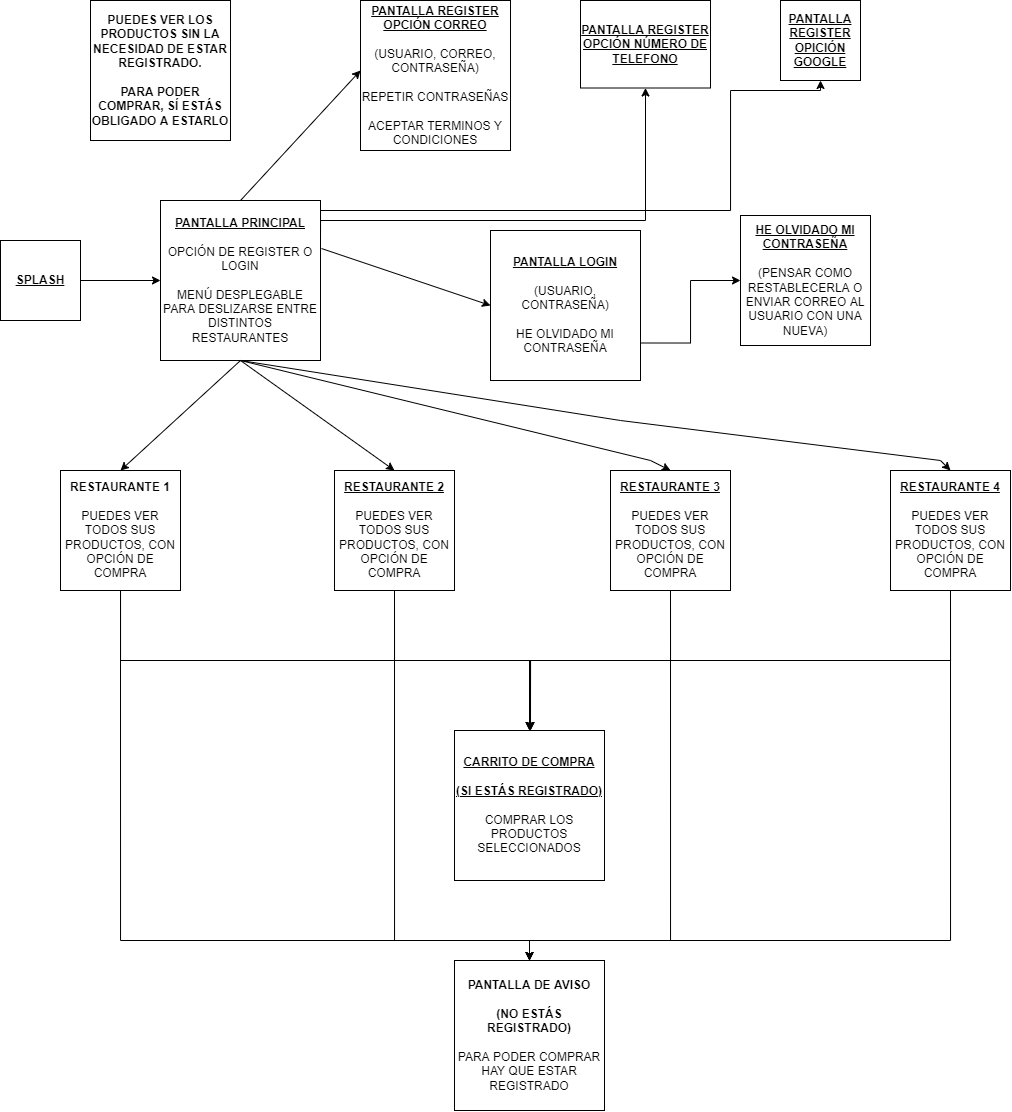
angelcriber99/jerou keeps this draw.io diagram as Diagrama sin título.drawio.png. Above is the earlier version. Source tidied: cells renumbered, new cells last; positions are measured from the earlier drawing's top-left corner, leaving out a move shared by most shapes.
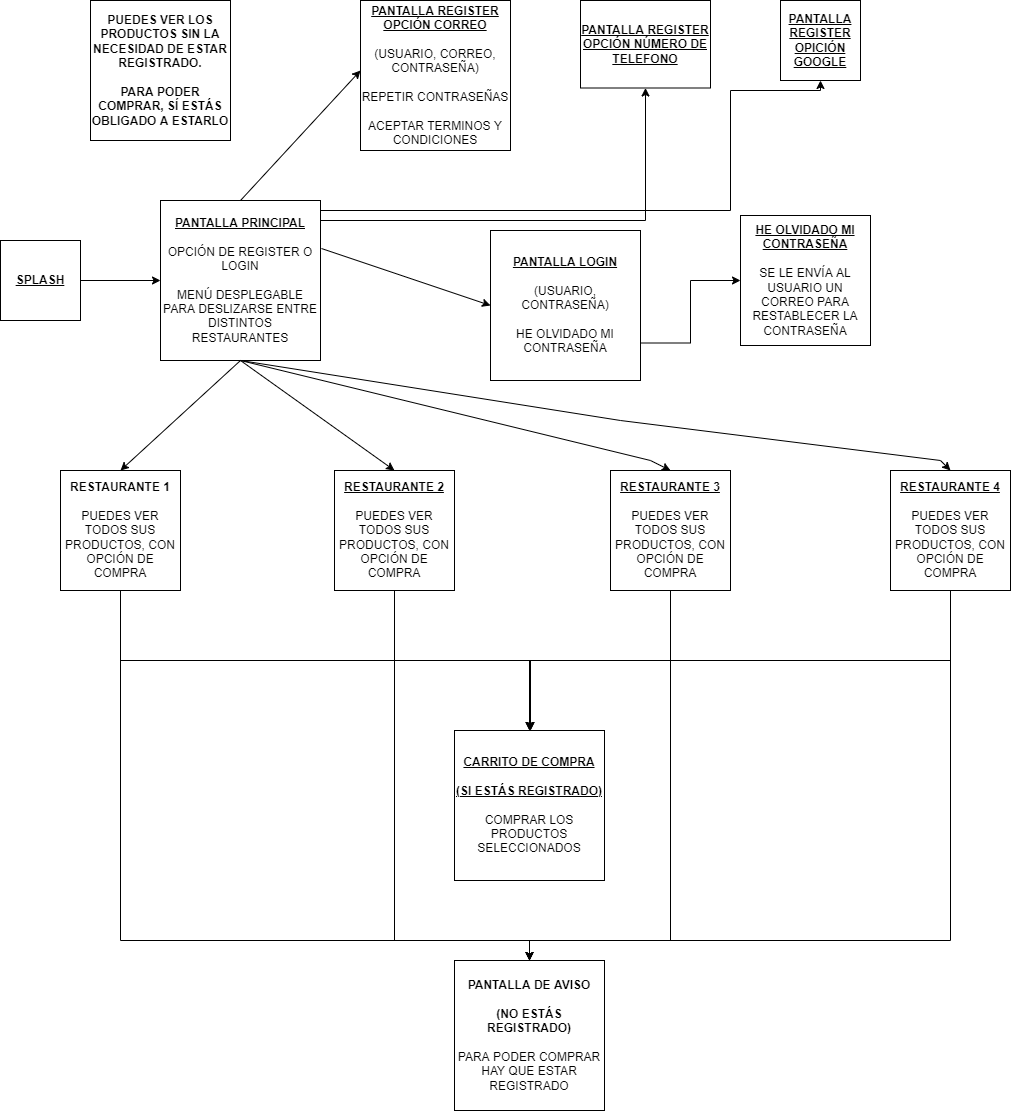
The same diagram one commit later.

What changed in the source:
```diff
@@ -132,7 +132,7 @@
         </Array>
       </mxGeometry>
     </mxCell>
-    <mxCell id="28" value="&lt;b&gt;&lt;u&gt;HE OLVIDADO MI CONTRASEÑA&lt;/u&gt;&lt;/b&gt;&lt;br&gt;&lt;br&gt;(PENSAR COMO RESTABLECERLA O ENVIAR CORREO AL USUARIO CON UNA NUEVA)" style="whiteSpace=wrap;html=1;" parent="1" vertex="1">
+    <mxCell id="28" value="&lt;b&gt;&lt;u&gt;HE OLVIDADO MI CONTRASEÑA&lt;/u&gt;&lt;/b&gt;&lt;br&gt;&lt;br&gt;SE LE ENVÍA AL USUARIO UN CORREO PARA RESTABLECER LA CONTRASEÑA" style="whiteSpace=wrap;html=1;" parent="1" vertex="1">
       <mxGeometry x="740" y="215" width="130" height="130" as="geometry" />
     </mxCell>
     <mxCell id="29" value="&lt;b&gt;PUEDES VER LOS PRODUCTOS SIN LA NECESIDAD DE ESTAR REGISTRADO.&lt;br&gt;&lt;br&gt;PARA PODER COMPRAR, SÍ ESTÁS OBLIGADO A ESTARLO&lt;br&gt;&lt;/b&gt;" style="whiteSpace=wrap;html=1;" parent="1" vertex="1">
```
